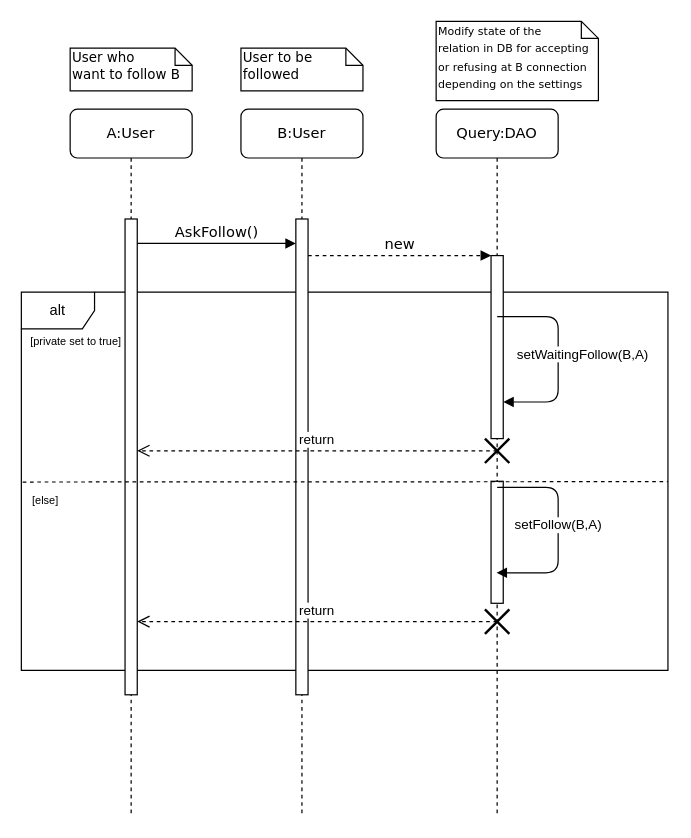
This is Diagrammes/SequenceDiagrams/askFollow.drawio from NNepper/LSINF1225-2020-GroupeL1.1-WishList, a draw.io file, before an edit. Source tidied: cells renumbered, new cells numbered last; positions are measured from the earlier drawing's top-left corner, leaving out a move shared by most shapes. Both pictures are drawn from the tidied source at 122%, with x=0, y=0 at pixel (21, 21).
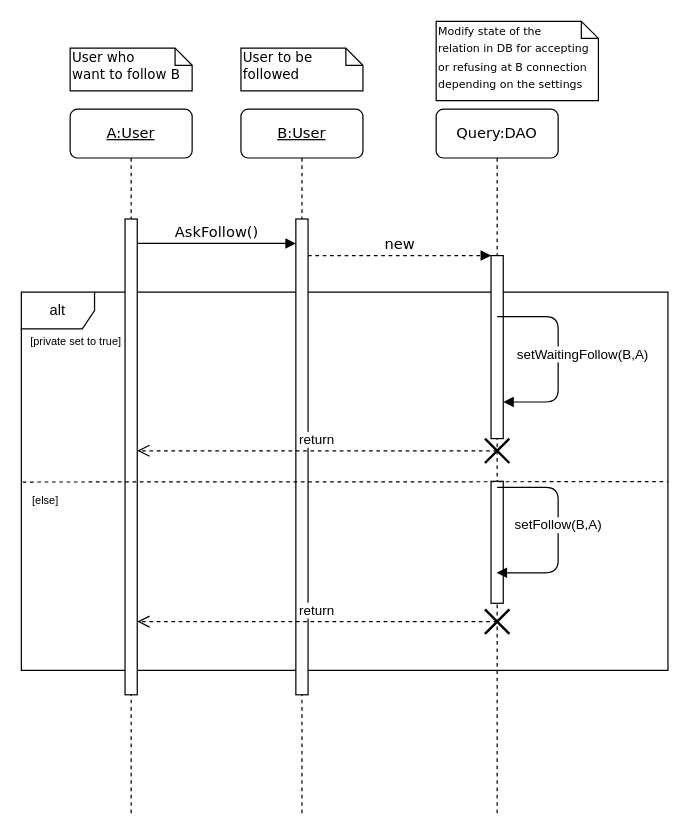
After the change.

Commit message (it also covers changes not shown here):
Ajout du souslignage des User A et B tout en haut

The edit, as a diff of the source:
```diff
@@
-    <mxCell id="3" value="B:User" style="shape=umlLifeline;perimeter=lifelinePerimeter;whiteSpace=wrap;html=1;rounded=1;shadow=0;comic=0;labelBackgroundColor=none;strokeWidth=1;fontFamily=Verdana;fontSize=12;align=center;" parent="1" vertex="1">
+    <mxCell id="3" value="&lt;u&gt;B:User&lt;/u&gt;" style="shape=umlLifeline;perimeter=lifelinePerimeter;whiteSpace=wrap;html=1;rounded=1;shadow=0;comic=0;labelBackgroundColor=none;strokeWidth=1;fontFamily=Verdana;fontSize=12;align=center;" parent="1" vertex="1">
       <mxGeometry x="180" y="72" width="100" height="580" as="geometry" />
     </mxCell>
@@
-    <mxCell id="8" value="A:User" style="shape=umlLifeline;perimeter=lifelinePerimeter;whiteSpace=wrap;html=1;rounded=1;shadow=0;comic=0;labelBackgroundColor=none;strokeWidth=1;fontFamily=Verdana;fontSize=12;align=center;" parent="1" vertex="1">
+    <mxCell id="8" value="&lt;u&gt;A:User&lt;/u&gt;" style="shape=umlLifeline;perimeter=lifelinePerimeter;whiteSpace=wrap;html=1;rounded=1;shadow=0;comic=0;labelBackgroundColor=none;strokeWidth=1;fontFamily=Verdana;fontSize=12;align=center;" parent="1" vertex="1">
       <mxGeometry x="40" y="72" width="100" height="580" as="geometry" />
     </mxCell>
```
